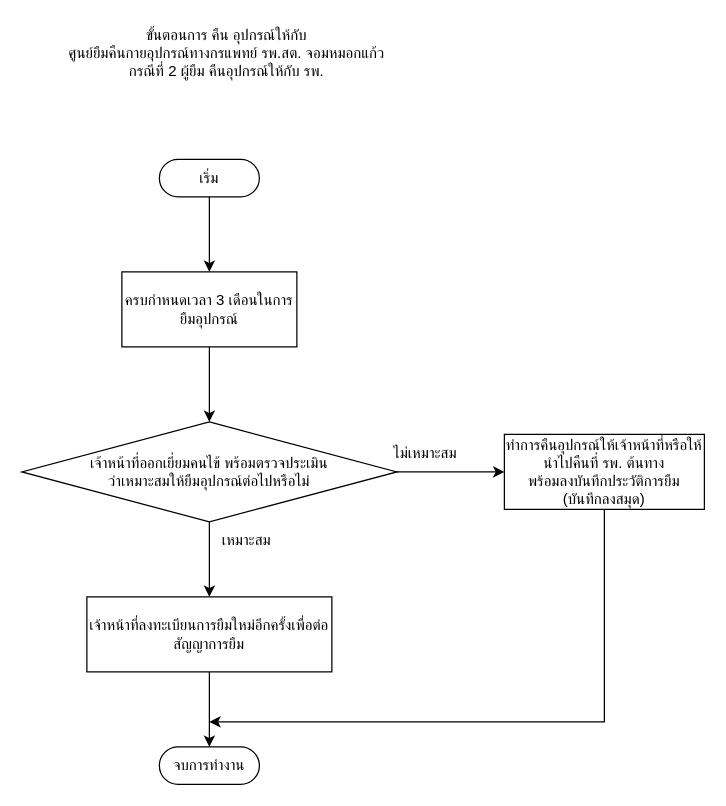
Above: page "ขอคืน รพ." (4 of 5) of cmk/old system.drawio in S-B-Tanayut/diagram_repo (draw.io), before the change. Source tidied: cells renumbered, new cells numbered last; positions are measured from the earlier drawing's top-left corner, leaving out a move shared by most shapes. Both pictures are drawn from the tidied source at 125%, with x=0, y=0 at pixel (21, 21).
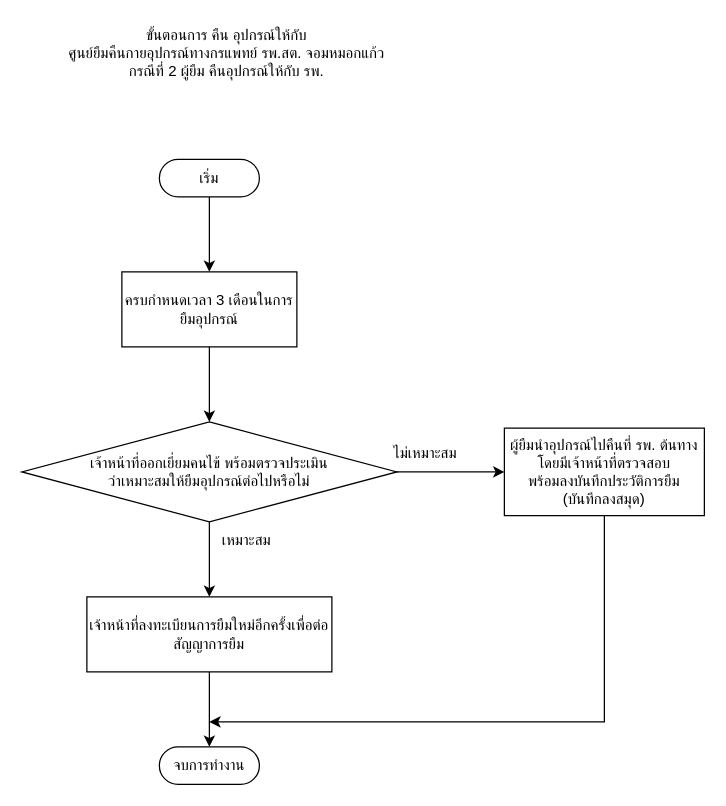
The same diagram, later.

The edit, as a diff of the source:
```diff
@@
 <mxGraphModel>
   <root>
     <mxCell id="0" />
     <mxCell id="1" parent="0" />
     <mxCell id="2" style="edgeStyle=orthogonalEdgeStyle;rounded=0;jettySize=auto;html=1;" parent="1" edge="1" source="3" target="6">
       <mxGeometry relative="1" as="geometry" />
     </mxCell>
     <mxCell id="3" value="เริ่ม" style="html=1;dashed=0;whiteSpace=wrap;shape=mxgraph.dfd.start;" parent="1" vertex="1">
       <mxGeometry x="110" y="110" width="80" height="30" as="geometry" />
     </mxCell>
     <mxCell id="4" value="ขั้นตอนการ คืน อุปกรณ์ให้กับ&lt;div&gt;ศูนย์ยืมคืนกายอุปกรณ์ทางกรแพทย์ รพ.สต. จอมหมอกแก้ว&lt;div&gt;กรณีที่ 2 ผู้ยืม คืนอุปกรณ์ให้กับ รพ.&lt;/div&gt;&lt;/div&gt;" style="text;html=1;align=center;verticalAlign=middle;whiteSpace=wrap;rounded=0;" parent="1" vertex="1">
       <mxGeometry x="14" width="300" height="50" as="geometry" />
     </mxCell>
     <mxCell id="5" style="edgeStyle=orthogonalEdgeStyle;rounded=0;jettySize=auto;html=1;" parent="1" edge="1" source="6" target="9">
       <mxGeometry relative="1" as="geometry" />
     </mxCell>
     <mxCell id="6" value="ครบกำหนดเวลา 3 เดือนในการยืมอุปกรณ์" style="rounded=0;whiteSpace=wrap;html=1;" parent="1" vertex="1">
       <mxGeometry x="80" y="200" width="140" height="60" as="geometry" />
     </mxCell>
     <mxCell id="7" style="edgeStyle=orthogonalEdgeStyle;rounded=0;jettySize=auto;html=1;" parent="1" edge="1" source="9" target="13">
       <mxGeometry relative="1" as="geometry" />
     </mxCell>
     <mxCell id="8" style="edgeStyle=orthogonalEdgeStyle;rounded=0;jettySize=auto;html=1;" parent="1" edge="1" source="9" target="11">
       <mxGeometry relative="1" as="geometry" />
     </mxCell>
     <mxCell id="9" value="เจ้าหน้าที่ออกเยี่ยมคนไข้ พร้อมตรวจประเมิน&lt;br&gt;ว่าเหมาะสมให้ยืมอุปกรณ์ต่อไปหรือไม่" style="rhombus;whiteSpace=wrap;html=1;" parent="1" vertex="1">
       <mxGeometry y="320" width="300" height="80" as="geometry" />
     </mxCell>
     <mxCell id="10" style="edgeStyle=orthogonalEdgeStyle;rounded=0;jettySize=auto;html=1;exitX=0.5;exitY=1;exitDx=0;exitDy=0;" parent="1" edge="1" source="11">
       <mxGeometry relative="1" as="geometry">
         <mxPoint x="150" y="560" as="targetPoint" />
         <Array as="points">
           <mxPoint x="466" y="560" />
         </Array>
       </mxGeometry>
     </mxCell>
-    <mxCell id="11" value="ทำการคืนอุปกรณ์ให้เจ้าหน้าที่หรือให้นำไปคืนที่ รพ. ต้นทาง&lt;br&gt;พร้อมลงบันทึกประวัติการยืม&lt;br&gt;(บันทึกลงสมุด)" style="rounded=0;whiteSpace=wrap;html=1;" parent="1" vertex="1">
-      <mxGeometry x="386" y="330" width="160" height="60" as="geometry" />
+    <mxCell id="11" value="ผู้ยืมนำอุปกรณ์ไปคืนที่ รพ. ต้นทางโดยมีเจ้าหน้าที่ตรวจสอบ&lt;br&gt;พร้อมลงบันทึกประวัติการยืม&lt;br&gt;(บันทึกลงสมุด)" style="rounded=0;whiteSpace=wrap;html=1;" parent="1" vertex="1">
+      <mxGeometry x="386" y="325" width="160" height="70" as="geometry" />
     </mxCell>
     <mxCell id="12" style="edgeStyle=orthogonalEdgeStyle;rounded=0;jettySize=auto;html=1;" parent="1" edge="1" source="13" target="16">
       <mxGeometry relative="1" as="geometry" />
     </mxCell>
     <mxCell id="13" value="เจ้าหน้าที่ลงทะเบียนการยืมใหม่อีกครั้งเพื่อต่อสัญญาการยืม" style="rounded=0;whiteSpace=wrap;html=1;" parent="1" vertex="1">
       <mxGeometry x="52" y="460" width="196" height="60" as="geometry" />
     </mxCell>
     <mxCell id="14" value="เหมาะสม" style="text;html=1;align=center;verticalAlign=middle;whiteSpace=wrap;rounded=0;" parent="1" vertex="1">
       <mxGeometry x="150" y="400" width="60" height="30" as="geometry" />
     </mxCell>
     <mxCell id="15" value="ไม่เหมาะสม" style="text;html=1;align=center;verticalAlign=middle;whiteSpace=wrap;rounded=0;" parent="1" vertex="1">
       <mxGeometry x="286" y="330" width="74" height="30" as="geometry" />
     </mxCell>
     <mxCell id="16" value="จบการทำงาน" style="html=1;dashed=0;whiteSpace=wrap;shape=mxgraph.dfd.start;" parent="1" vertex="1">
       <mxGeometry x="110" y="580" width="80" height="30" as="geometry" />
     </mxCell>
   </root>
 </mxGraphModel>
```
